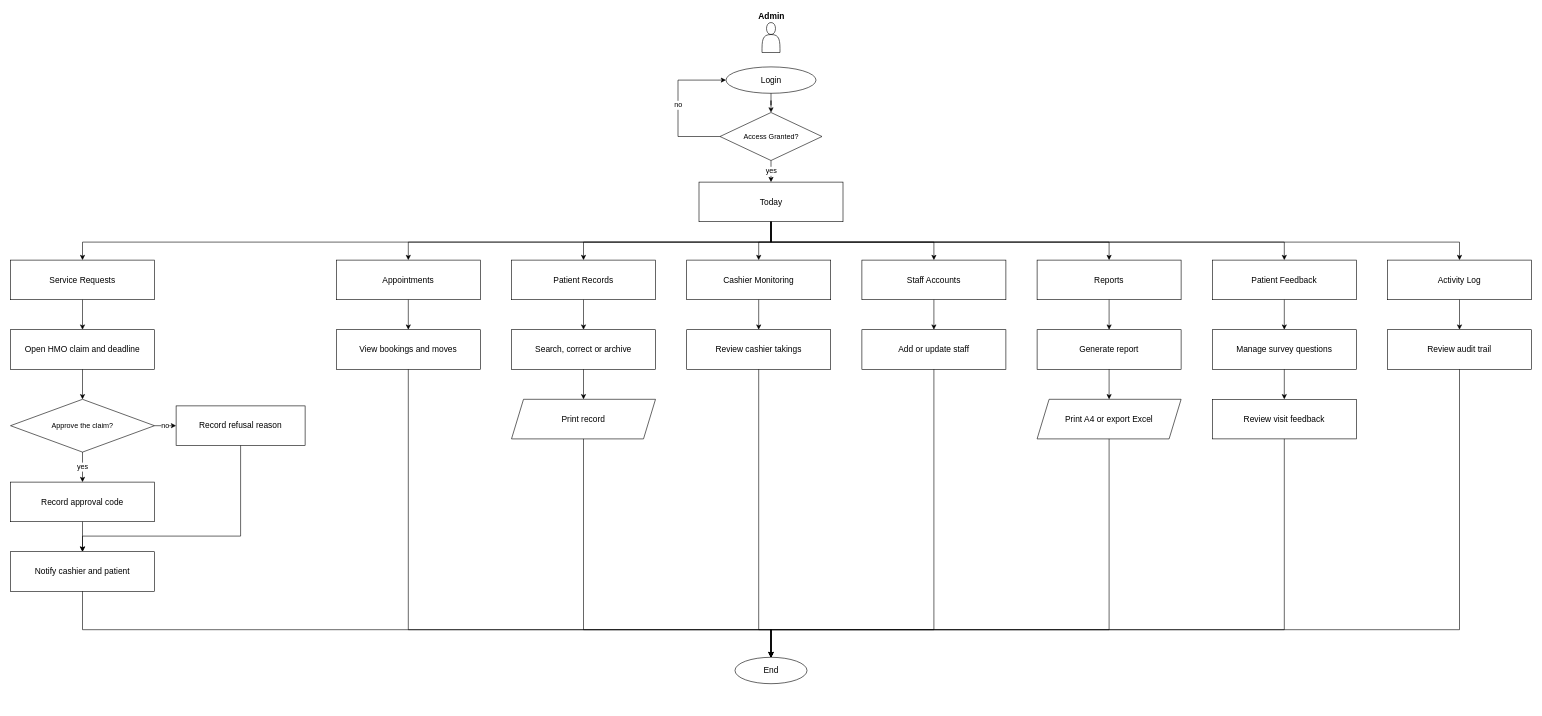
Diazzzz-cpu/Enlogada-Clinic-Management-System keeps this draw.io diagram as page "Admin" (2 of 8) of docs/diagrams/flowcharts.drawio. Above is the earlier version. Source tidied: cells renumbered, new cells numbered last; positions are measured from the earlier drawing's top-left corner, leaving out a move shared by most shapes. Both pictures are drawn from the tidied source at 60%, with x=0, y=0 at pixel (10, 22).
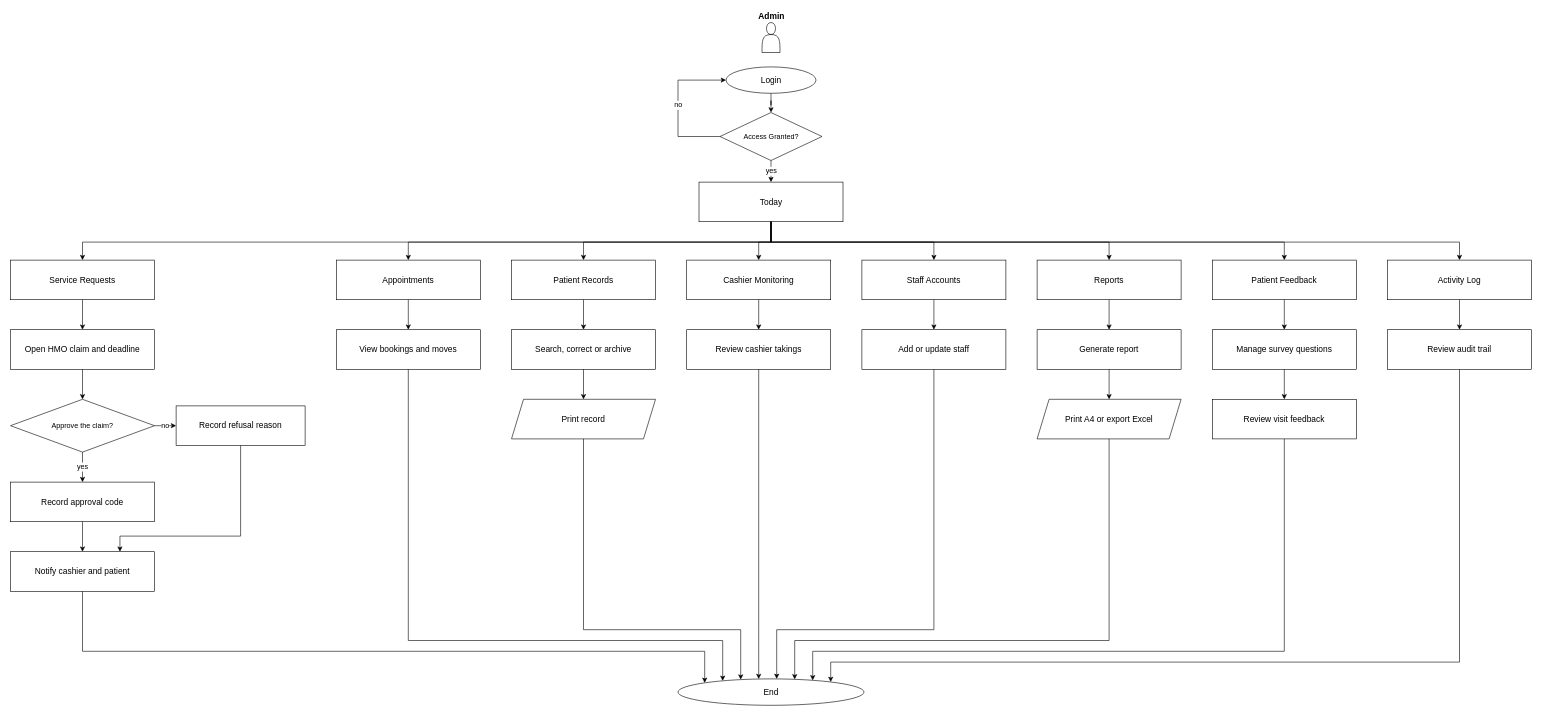
Above is the later version.

Unchanged cells that the change refers to:
```xml
<mxCell id="13" value="Notify cashier and patient" style="rounded=0;whiteSpace=wrap;html=1;fontFamily=Helvetica;fontSize=14;fontColor=#000000;strokeColor=#000000;" parent="1" vertex="1">
  <mxGeometry y="882" width="240" height="66" as="geometry" />
</mxCell>
<mxCell id="17" value="Record refusal reason" style="rounded=0;whiteSpace=wrap;html=1;fontFamily=Helvetica;fontSize=14;fontColor=#000000;strokeColor=#000000;" parent="1" vertex="1">
  <mxGeometry x="276" y="639" width="215" height="66" as="geometry" />
</mxCell>
<mxCell id="23" value="View bookings and moves" style="rounded=0;whiteSpace=wrap;html=1;fontFamily=Helvetica;fontSize=14;fontColor=#000000;strokeColor=#000000;" parent="1" vertex="1">
  <mxGeometry x="543" y="512" width="240" height="66" as="geometry" />
</mxCell>
<mxCell id="28" value="Print record" style="shape=parallelogram;perimeter=parallelogramPerimeter;whiteSpace=wrap;html=1;fixedSize=1;fontFamily=Helvetica;fontSize=14;fontColor=#000000;strokeColor=#000000;" parent="1" vertex="1">
  <mxGeometry x="835" y="628" width="240" height="66" as="geometry" />
</mxCell>
<mxCell id="33" value="Review cashier takings" style="rounded=0;whiteSpace=wrap;html=1;fontFamily=Helvetica;fontSize=14;fontColor=#000000;strokeColor=#000000;" parent="1" vertex="1">
  <mxGeometry x="1127" y="512" width="240" height="66" as="geometry" />
</mxCell>
<mxCell id="37" value="Add or update staff" style="rounded=0;whiteSpace=wrap;html=1;fontFamily=Helvetica;fontSize=14;fontColor=#000000;strokeColor=#000000;" parent="1" vertex="1">
  <mxGeometry x="1419" y="512" width="240" height="66" as="geometry" />
</mxCell>
<mxCell id="42" value="Print A4 or export Excel" style="shape=parallelogram;perimeter=parallelogramPerimeter;whiteSpace=wrap;html=1;fixedSize=1;fontFamily=Helvetica;fontSize=14;fontColor=#000000;strokeColor=#000000;" parent="1" vertex="1">
  <mxGeometry x="1711" y="628" width="240" height="66" as="geometry" />
</mxCell>
<mxCell id="48" value="Review visit feedback" style="rounded=0;whiteSpace=wrap;html=1;fontFamily=Helvetica;fontSize=14;fontColor=#000000;strokeColor=#000000;" parent="1" vertex="1">
  <mxGeometry x="2003" y="628" width="240" height="66" as="geometry" />
</mxCell>
<mxCell id="53" value="Review audit trail" style="rounded=0;whiteSpace=wrap;html=1;fontFamily=Helvetica;fontSize=14;fontColor=#000000;strokeColor=#000000;" parent="1" vertex="1">
  <mxGeometry x="2295" y="512" width="240" height="66" as="geometry" />
</mxCell>
```

What changed in the source:
```diff
@@
-    <mxCell id="19" style="edgeStyle=orthogonalEdgeStyle;rounded=0;html=1;jettySize=auto;fontFamily=Helvetica;fontSize=12;fontColor=#000000;strokeColor=#000000;exitX=0.5;exitY=1;exitDx=0;exitDy=0;entryX=0.5;entryY=0;entryDx=0;entryDy=0;" parent="1" edge="1" source="17" target="13">
+    <mxCell id="19" style="edgeStyle=orthogonalEdgeStyle;rounded=0;html=1;jettySize=auto;fontFamily=Helvetica;fontSize=12;fontColor=#000000;strokeColor=#000000;exitX=0.5;exitY=1;exitDx=0;exitDy=0;" parent="1" edge="1" source="17" target="13">
       <mxGeometry relative="1" as="geometry">
         <Array as="points">
           <mxPoint x="383.5" y="856" />
-          <mxPoint x="120" y="856" />
+          <mxPoint x="182.4" y="856" />
         </Array>
       </mxGeometry>
     </mxCell>
@@
     <mxCell id="56" value="End" style="ellipse;whiteSpace=wrap;html=1;fontFamily=Helvetica;fontSize=14;fontColor=#000000;strokeColor=#000000;" parent="1" vertex="1">
-      <mxGeometry x="1207.5" y="1058" width="120" height="44" as="geometry" />
+      <mxGeometry x="1112.5" y="1094" width="310" height="44" as="geometry" />
     </mxCell>
-    <mxCell id="57" style="edgeStyle=orthogonalEdgeStyle;rounded=0;html=1;jettySize=auto;fontFamily=Helvetica;fontSize=12;fontColor=#000000;strokeColor=#000000;exitX=0.5;exitY=1;exitDx=0;exitDy=0;" parent="1" edge="1" source="13" target="56">
+    <mxCell id="57" style="edgeStyle=orthogonalEdgeStyle;rounded=0;html=1;jettySize=auto;fontFamily=Helvetica;fontSize=12;fontColor=#000000;strokeColor=#000000;exitX=0.5;exitY=1;exitDx=0;exitDy=0;entryX=0.1435;entryY=0.1494;entryDx=0;entryDy=0;entryPerimeter=0;" parent="1" edge="1" source="13" target="56">
       <mxGeometry relative="1" as="geometry">
         <Array as="points">
-          <mxPoint x="120" y="1012" />
+          <mxPoint x="120" y="1048" />
+          <mxPoint x="1157" y="1048" />
         </Array>
       </mxGeometry>
     </mxCell>
-    <mxCell id="58" style="edgeStyle=orthogonalEdgeStyle;rounded=0;html=1;jettySize=auto;fontFamily=Helvetica;fontSize=12;fontColor=#000000;strokeColor=#000000;exitX=0.5;exitY=1;exitDx=0;exitDy=0;" parent="1" edge="1" source="23" target="56">
+    <mxCell id="58" style="edgeStyle=orthogonalEdgeStyle;rounded=0;html=1;jettySize=auto;fontFamily=Helvetica;fontSize=12;fontColor=#000000;strokeColor=#000000;exitX=0.5;exitY=1;exitDx=0;exitDy=0;entryX=0.2403;entryY=0.0727;entryDx=0;entryDy=0;entryPerimeter=0;" parent="1" edge="1" source="23" target="56">
       <mxGeometry relative="1" as="geometry">
         <Array as="points">
-          <mxPoint x="663" y="1012" />
+          <mxPoint x="663" y="1030" />
+          <mxPoint x="1187" y="1030" />
         </Array>
       </mxGeometry>
     </mxCell>
-    <mxCell id="59" style="edgeStyle=orthogonalEdgeStyle;rounded=0;html=1;jettySize=auto;fontFamily=Helvetica;fontSize=12;fontColor=#000000;strokeColor=#000000;exitX=0.5;exitY=1;exitDx=0;exitDy=0;" parent="1" edge="1" source="28" target="56">
+    <mxCell id="59" style="edgeStyle=orthogonalEdgeStyle;rounded=0;html=1;jettySize=auto;fontFamily=Helvetica;fontSize=12;fontColor=#000000;strokeColor=#000000;exitX=0.5;exitY=1;exitDx=0;exitDy=0;entryX=0.3371;entryY=0.0273;entryDx=0;entryDy=0;entryPerimeter=0;" parent="1" edge="1" source="28" target="56">
       <mxGeometry relative="1" as="geometry">
         <Array as="points">
           <mxPoint x="955" y="1012" />
+          <mxPoint x="1217" y="1012" />
         </Array>
       </mxGeometry>
     </mxCell>
-    <mxCell id="60" style="edgeStyle=orthogonalEdgeStyle;rounded=0;html=1;jettySize=auto;fontFamily=Helvetica;fontSize=12;fontColor=#000000;strokeColor=#000000;exitX=0.5;exitY=1;exitDx=0;exitDy=0;" parent="1" edge="1" source="33" target="56">
+    <mxCell id="60" style="edgeStyle=orthogonalEdgeStyle;rounded=0;html=1;jettySize=auto;fontFamily=Helvetica;fontSize=12;fontColor=#000000;strokeColor=#000000;exitX=0.5;exitY=1;exitDx=0;exitDy=0;entryX=0.4339;entryY=0.0044;entryDx=0;entryDy=0;entryPerimeter=0;" parent="1" edge="1" source="33" target="56">
       <mxGeometry relative="1" as="geometry">
         <Array as="points">
           <mxPoint x="1247" y="1012" />
         </Array>
       </mxGeometry>
     </mxCell>
-    <mxCell id="61" style="edgeStyle=orthogonalEdgeStyle;rounded=0;html=1;jettySize=auto;fontFamily=Helvetica;fontSize=12;fontColor=#000000;strokeColor=#000000;exitX=0.5;exitY=1;exitDx=0;exitDy=0;" parent="1" edge="1" source="37" target="56">
+    <mxCell id="61" style="edgeStyle=orthogonalEdgeStyle;rounded=0;html=1;jettySize=auto;fontFamily=Helvetica;fontSize=12;fontColor=#000000;strokeColor=#000000;exitX=0.5;exitY=1;exitDx=0;exitDy=0;entryX=0.5306;entryY=0.0009;entryDx=0;entryDy=0;entryPerimeter=0;" parent="1" edge="1" source="37" target="56">
       <mxGeometry relative="1" as="geometry">
         <Array as="points">
           <mxPoint x="1539" y="1012" />
+          <mxPoint x="1277" y="1012" />
         </Array>
       </mxGeometry>
     </mxCell>
-    <mxCell id="62" style="edgeStyle=orthogonalEdgeStyle;rounded=0;html=1;jettySize=auto;fontFamily=Helvetica;fontSize=12;fontColor=#000000;strokeColor=#000000;exitX=0.5;exitY=1;exitDx=0;exitDy=0;" parent="1" edge="1" source="42" target="56">
+    <mxCell id="62" style="edgeStyle=orthogonalEdgeStyle;rounded=0;html=1;jettySize=auto;fontFamily=Helvetica;fontSize=12;fontColor=#000000;strokeColor=#000000;exitX=0.5;exitY=1;exitDx=0;exitDy=0;entryX=0.6274;entryY=0.0165;entryDx=0;entryDy=0;entryPerimeter=0;" parent="1" edge="1" source="42" target="56">
       <mxGeometry relative="1" as="geometry">
         <Array as="points">
-          <mxPoint x="1831" y="1012" />
+          <mxPoint x="1831" y="1030" />
+          <mxPoint x="1307" y="1030" />
         </Array>
       </mxGeometry>
     </mxCell>
-    <mxCell id="63" style="edgeStyle=orthogonalEdgeStyle;rounded=0;html=1;jettySize=auto;fontFamily=Helvetica;fontSize=12;fontColor=#000000;strokeColor=#000000;exitX=0.5;exitY=1;exitDx=0;exitDy=0;" parent="1" edge="1" source="48" target="56">
+    <mxCell id="63" style="edgeStyle=orthogonalEdgeStyle;rounded=0;html=1;jettySize=auto;fontFamily=Helvetica;fontSize=12;fontColor=#000000;strokeColor=#000000;exitX=0.5;exitY=1;exitDx=0;exitDy=0;entryX=0.7242;entryY=0.0531;entryDx=0;entryDy=0;entryPerimeter=0;" parent="1" edge="1" source="48" target="56">
       <mxGeometry relative="1" as="geometry">
         <Array as="points">
-          <mxPoint x="2123" y="1012" />
+          <mxPoint x="2123" y="1048" />
+          <mxPoint x="1337" y="1048" />
         </Array>
       </mxGeometry>
     </mxCell>
-    <mxCell id="64" style="edgeStyle=orthogonalEdgeStyle;rounded=0;html=1;jettySize=auto;fontFamily=Helvetica;fontSize=12;fontColor=#000000;strokeColor=#000000;exitX=0.5;exitY=1;exitDx=0;exitDy=0;" parent="1" edge="1" source="53" target="56">
+    <mxCell id="64" style="edgeStyle=orthogonalEdgeStyle;rounded=0;html=1;jettySize=auto;fontFamily=Helvetica;fontSize=12;fontColor=#000000;strokeColor=#000000;exitX=0.5;exitY=1;exitDx=0;exitDy=0;entryX=0.8210;entryY=0.1166;entryDx=0;entryDy=0;entryPerimeter=0;" parent="1" edge="1" source="53" target="56">
       <mxGeometry relative="1" as="geometry">
         <Array as="points">
-          <mxPoint x="2415" y="1012" />
+          <mxPoint x="2415" y="1066" />
+          <mxPoint x="1367" y="1066" />
         </Array>
       </mxGeometry>
     </mxCell>
```
